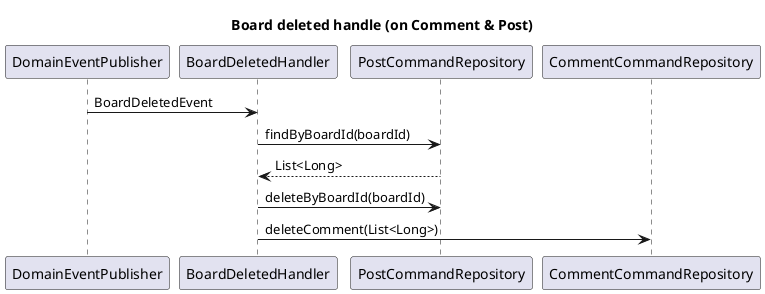
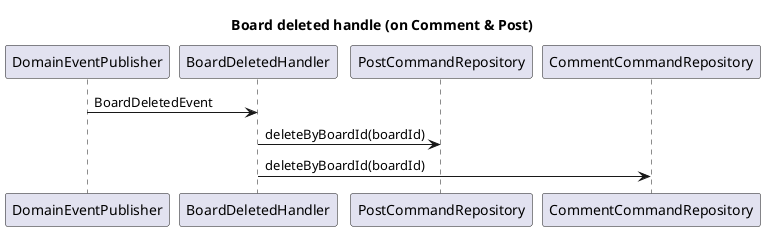
@startuml BoardDeletedHandling

title Board deleted handle (on Comment & Post)

participant DomainEventPublisher
participant BoardDeletedHandler
participant PostCommandRepository
participant CommentCommandRepository

DomainEventPublisher -> BoardDeletedHandler : BoardDeletedEvent
- BoardDeletedHandler -> PostCommandRepository : findByBoardId(boardId)
- PostCommandRepository --> BoardDeletedHandler : List<Long>
BoardDeletedHandler -> PostCommandRepository : deleteByBoardId(boardId)
- BoardDeletedHandler -> CommentCommandRepository : deleteComment(List<Long>)
+ BoardDeletedHandler -> CommentCommandRepository : deleteByBoardId(boardId)

@enduml